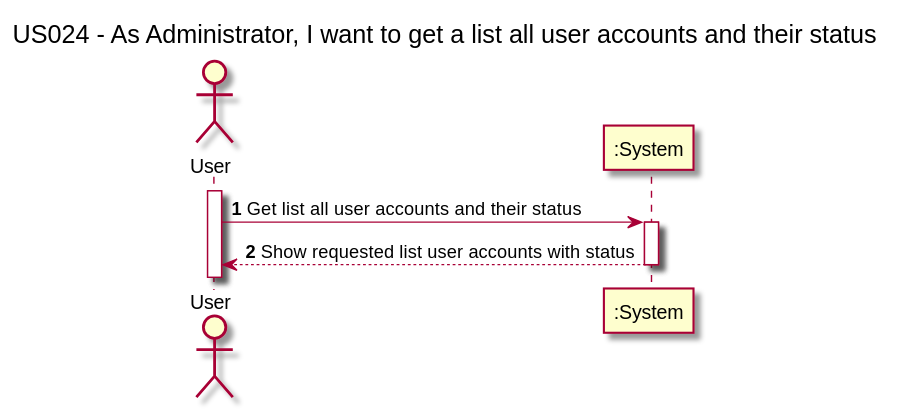
nunogon1211787/projectManagement keeps this PlantUML diagram as docs/Sprint3/US024/US024-SSD.svg. Above is the earlier version.
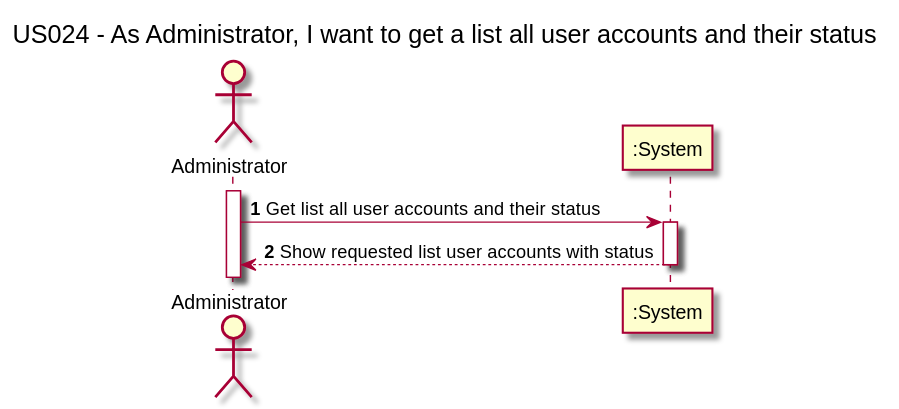
Above is the later version.

What changed in the source:
```diff
@@ -5,12 +5,12 @@
 autoactivate on
 autonumber
 
-actor "User" as User
+actor "Administrator" as Administrator
 participant ":System" as System
 
-activate User
+activate Administrator
 
-User -> System: Get list all user accounts and their status
-System --> User: Show requested list user accounts with status
+Administrator -> System: Get list all user accounts and their status
+System --> Administrator: Show requested list user accounts with status
 
 @enduml
```
